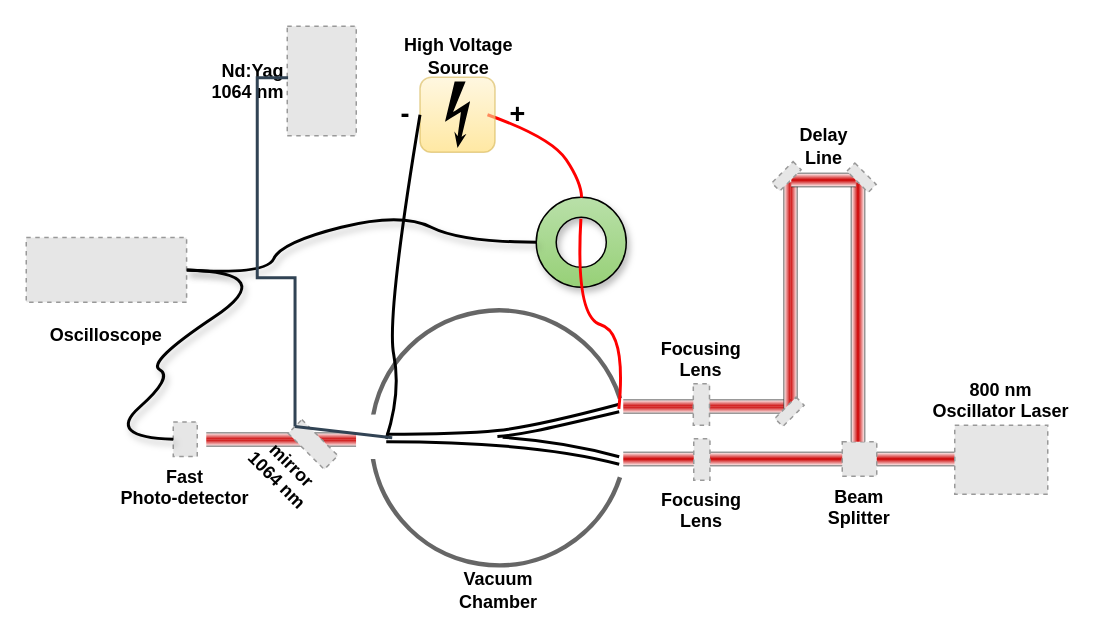
This is page "double capillary" (6 of 7) of figures/figures.drawio from ehudbehar/thesis, a draw.io file, before an edit. Source tidied: cells renumbered, new cells numbered last; positions are measured from the earlier drawing's top-left corner, leaving out a move shared by most shapes. Both pictures are drawn from the tidied source at 150%, with x=0, y=0 at pixel (26, 26). Pictures stored in the file or linked from it are replaced by grey dashed boxes.
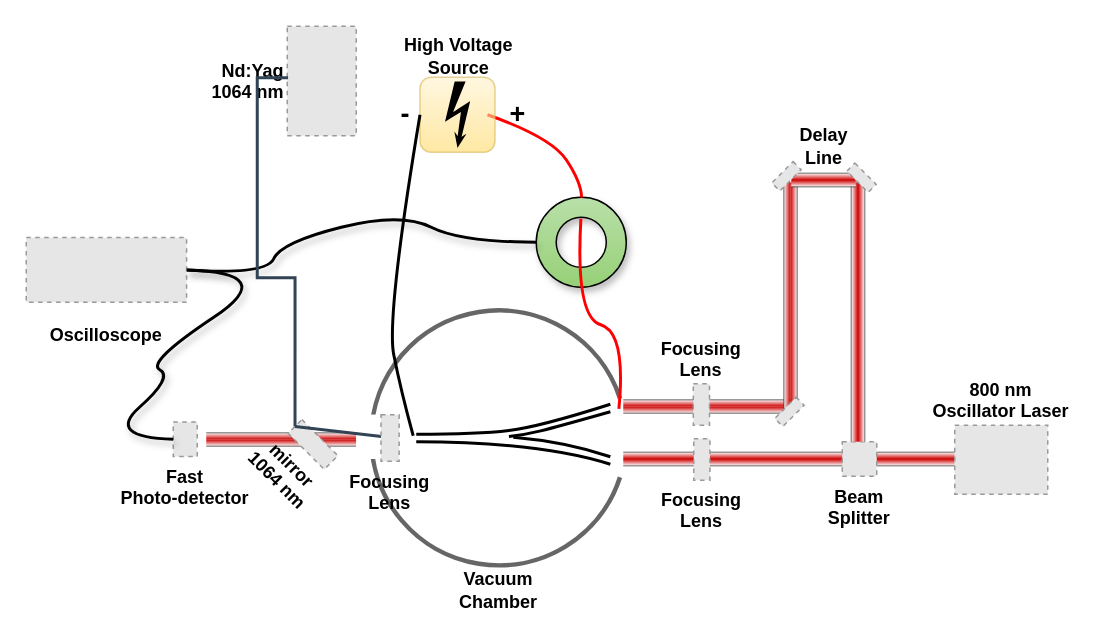
Above is the later version.

The change refers to these unchanged cells:
```xml
<mxCell id="9" style="verticalLabelPosition=bottom;verticalAlign=top;html=1;shape=mxgraph.basic.arc;startAngle=0.3;endAngle=0.2;fillColor=#FFFFFF;strokeWidth=3;perimeterSpacing=3;opacity=60;" parent="1" vertex="1">
  <mxGeometry x="230" y="189.4" width="170" height="170" as="geometry" />
</mxCell>
<mxCell id="21" style="rounded=1;whiteSpace=wrap;html=1;strokeColor=#d6b656;strokeWidth=1;fillColor=#fff2cc;opacity=60;gradientColor=#ffd966;" parent="20" vertex="1">
  <mxGeometry width="50" height="50" as="geometry" />
</mxCell>
```

What changed in the source:
```diff
@@
-    <mxCell id="31" style="curved=1;endArrow=none;html=1;endFill=0;strokeWidth=2;snapToPoint=0;strokeColor=#000000;entryX=0;entryY=0.5;entryDx=0;entryDy=0;" parent="1" edge="1" target="21">
+    <mxCell id="31" style="curved=1;endArrow=none;html=1;endFill=0;strokeWidth=2;snapToPoint=0;strokeColor=#000000;entryX=0;entryY=0.5;entryDx=0;entryDy=0;exitX=0.176;exitY=0.492;exitDx=0;exitDy=0;exitPerimeter=0;" parent="1" edge="1" source="9" target="21">
       <mxGeometry relative="1" as="geometry">
-        <mxPoint x="240" y="275" as="sourcePoint" />
         <Array as="points">
           <mxPoint x="250" y="244" />
           <mxPoint x="240" y="194" />
         </Array>
       </mxGeometry>
     </mxCell>
     <mxCell id="32" style="group;" parent="1" vertex="1">
-      <mxGeometry x="240" y="267" width="120" height="10" as="geometry" />
+      <mxGeometry x="260" y="267" width="100" height="10" as="geometry" />
     </mxCell>
     <mxCell id="33" style="curved=1;endArrow=none;html=1;shadow=0;strokeColor=#000000;strokeWidth=2;endFill=0;" parent="32" edge="1">
       <mxGeometry relative="1" as="geometry">
         <mxPoint y="5" as="sourcePoint" />
-        <mxPoint x="155.3" y="-15" as="targetPoint" />
+        <mxPoint x="129.4" y="-15" as="targetPoint" />
         <Array as="points">
           <mxPoint y="5" />
-          <mxPoint x="49.4" y="5" />
-          <mxPoint x="98.8" />
+          <mxPoint x="41.2" y="5" />
+          <mxPoint x="82.4" />
         </Array>
       </mxGeometry>
     </mxCell>
     <mxCell id="34" style="curved=1;endArrow=none;html=1;shadow=0;strokeColor=#000000;strokeWidth=2;endFill=0;" parent="32" edge="1">
       <mxGeometry relative="1" as="geometry">
         <mxPoint y="10" as="sourcePoint" />
-        <mxPoint x="155.3" y="25" as="targetPoint" />
+        <mxPoint x="129.4" y="25" as="targetPoint" />
         <Array as="points">
           <mxPoint y="10" />
-          <mxPoint x="98.8" y="10" />
+          <mxPoint x="82.4" y="10" />
         </Array>
       </mxGeometry>
     </mxCell>
     <mxCell id="35" style="curved=1;endArrow=none;html=1;shadow=0;strokeColor=#000000;strokeWidth=2;endFill=0;" parent="32" edge="1">
       <mxGeometry relative="1" as="geometry">
-        <mxPoint x="74.1" y="6.5" as="sourcePoint" />
-        <mxPoint x="155.3" y="-10" as="targetPoint" />
+        <mxPoint x="61.8" y="6.5" as="sourcePoint" />
+        <mxPoint x="129.4" y="-10" as="targetPoint" />
         <Array as="points">
-          <mxPoint x="86.1" y="5.5" />
-          <mxPoint x="112.9" />
+          <mxPoint x="71.8" y="5.5" />
+          <mxPoint x="94.1" />
         </Array>
       </mxGeometry>
     </mxCell>
     <mxCell id="36" style="curved=1;endArrow=none;html=1;shadow=0;strokeColor=#000000;strokeWidth=2;endFill=0;" parent="32" edge="1">
       <mxGeometry relative="1" as="geometry">
-        <mxPoint x="77.6" y="7" as="sourcePoint" />
-        <mxPoint x="155.3" y="20" as="targetPoint" />
+        <mxPoint x="64.7" y="7" as="sourcePoint" />
+        <mxPoint x="129.4" y="20" as="targetPoint" />
         <Array as="points">
-          <mxPoint x="120" y="10" />
+          <mxPoint x="100" y="10" />
         </Array>
       </mxGeometry>
     </mxCell>
@@
+    <mxCell id="56" value="Focusing&#10;Lens" style="fillColor=#E6E6E6;strokeColor=#999999;dashed=1;verticalLabelPosition=bottom;verticalAlign=top;fontStyle=1;" parent="1" vertex="1">
+      <mxGeometry x="236.5" y="259" width="12.1" height="31" as="geometry" />
+    </mxCell>
```
